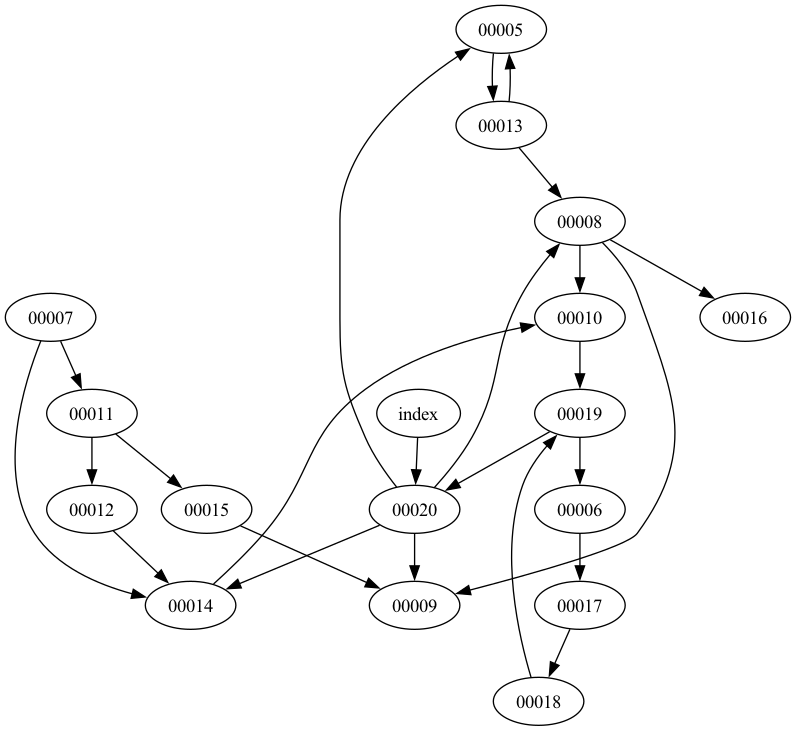
Before: zine_graph.png, a diagram exported from Graphviz (kvnchpl/jungle). Its source is kept beside it as zine_graph.dot.
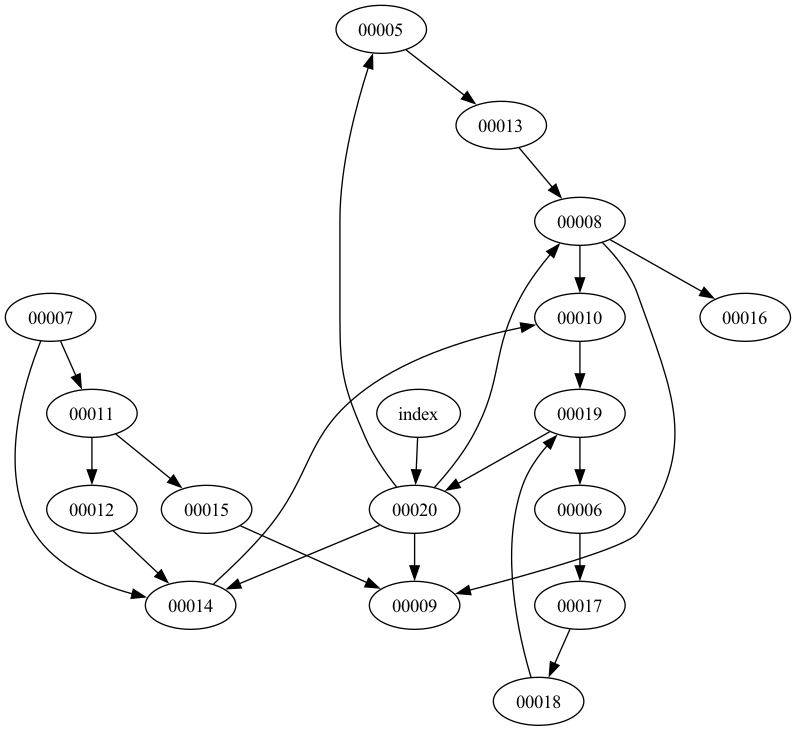
The same diagram one commit later.

Diff of the diagram source:
```diff
@@ -31,7 +31,6 @@
     "00008" -> "00016";
     "00008" -> "00009";
     "00008" -> "00010";
-    "00013" -> "00005";
     "00013" -> "00008";
     "00005" -> "00013";
     "00018" -> "00019";
```
